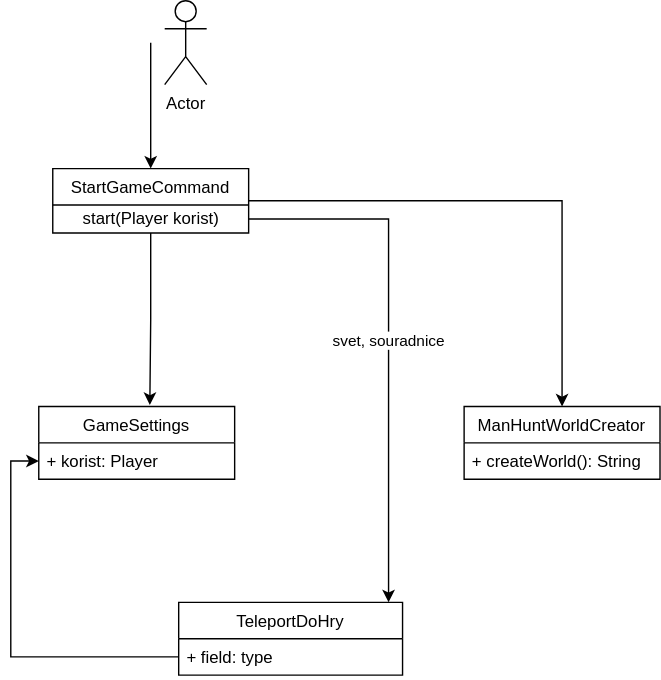
Before: design.svg, a diagram exported from draw.io (magajdos/Manhunt). Source tidied: cells renumbered, new cells last; positions are measured from the earlier drawing's top-left corner, leaving out a move shared by most shapes.
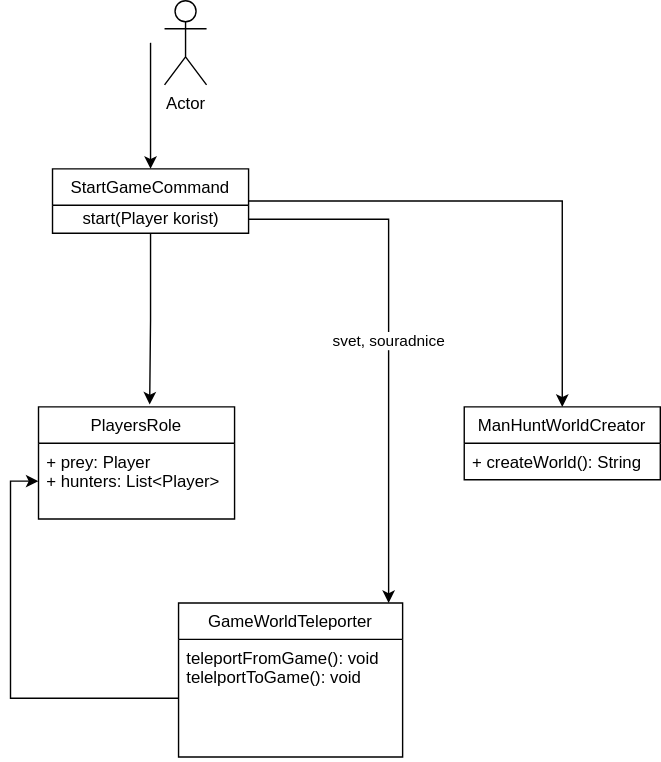
The same file after the commit.

Diff of the diagram source:
```diff
@@ -14,11 +14,11 @@
     <mxCell id="5" value="start(Player korist)" style="text;html=1;align=center;verticalAlign=middle;points=[];strokeColor=none;" parent="4" vertex="1">
       <mxGeometry y="26" width="140" height="20" as="geometry" />
     </mxCell>
-    <mxCell id="6" value="GameSettings" style="swimlane;fontStyle=0;horizontal=1;startSize=26;fillColor=none;" parent="1" vertex="1">
-      <mxGeometry y="290" width="140" height="52" as="geometry" />
+    <mxCell id="6" value="PlayersRole" style="swimlane;fontStyle=0;horizontal=1;startSize=26;fillColor=none;" parent="1" vertex="1">
+      <mxGeometry y="290" width="140" height="80" as="geometry" />
     </mxCell>
-    <mxCell id="7" value="+ korist: Player" style="text;strokeColor=none;fillColor=none;align=left;verticalAlign=top;spacingLeft=4;spacingRight=4;overflow=hidden;points=[[0,0.5],[1,0.5]];portConstraint=eastwest;" parent="6" vertex="1">
-      <mxGeometry y="26" width="140" height="26" as="geometry" />
+    <mxCell id="7" value="+ prey: Player&#10;+ hunters: List&lt;Player&gt;" style="text;strokeColor=none;fillColor=none;align=left;verticalAlign=top;spacingLeft=4;spacingRight=4;overflow=hidden;points=[[0,0.5],[1,0.5]];portConstraint=eastwest;" parent="6" vertex="1">
+      <mxGeometry y="26" width="140" height="54" as="geometry" />
     </mxCell>
     <mxCell id="8" style="endArrow=classic;html=1;" parent="1" edge="1" target="4">
       <mxGeometry relative="1" as="geometry">
@@ -37,11 +37,11 @@
     <mxCell id="12" style="edgeStyle=orthogonalEdgeStyle;rounded=0;jettySize=auto;html=1;entryX=0;entryY=0.5;entryDx=0;entryDy=0;exitX=0;exitY=0.5;exitDx=0;exitDy=0;" parent="1" edge="1" source="14" target="7">
       <mxGeometry relative="1" as="geometry" />
     </mxCell>
-    <mxCell id="13" value="TeleportDoHry" style="swimlane;fontStyle=0;horizontal=1;startSize=26;fillColor=none;" parent="1" vertex="1">
-      <mxGeometry x="100" y="430" width="160" height="52" as="geometry" />
+    <mxCell id="13" value="GameWorldTeleporter" style="swimlane;fontStyle=0;horizontal=1;startSize=26;fillColor=none;" parent="1" vertex="1">
+      <mxGeometry x="100" y="430" width="160" height="110" as="geometry" />
     </mxCell>
-    <mxCell id="14" value="+ field: type" style="text;strokeColor=none;fillColor=none;align=left;verticalAlign=top;spacingLeft=4;spacingRight=4;overflow=hidden;points=[[0,0.5],[1,0.5]];portConstraint=eastwest;" parent="13" vertex="1">
-      <mxGeometry y="26" width="160" height="26" as="geometry" />
+    <mxCell id="14" value="teleportFromGame(): void&#10;telelportToGame(): void" style="text;strokeColor=none;fillColor=none;align=left;verticalAlign=top;spacingLeft=4;spacingRight=4;overflow=hidden;points=[[0,0.5],[1,0.5]];portConstraint=eastwest;" parent="13" vertex="1">
+      <mxGeometry y="26" width="160" height="84" as="geometry" />
     </mxCell>
     <mxCell id="15" value="svet, souradnice" style="edgeStyle=orthogonalEdgeStyle;rounded=0;jettySize=auto;html=1;" parent="1" edge="1" source="5">
       <mxGeometry relative="1" as="geometry">
```
